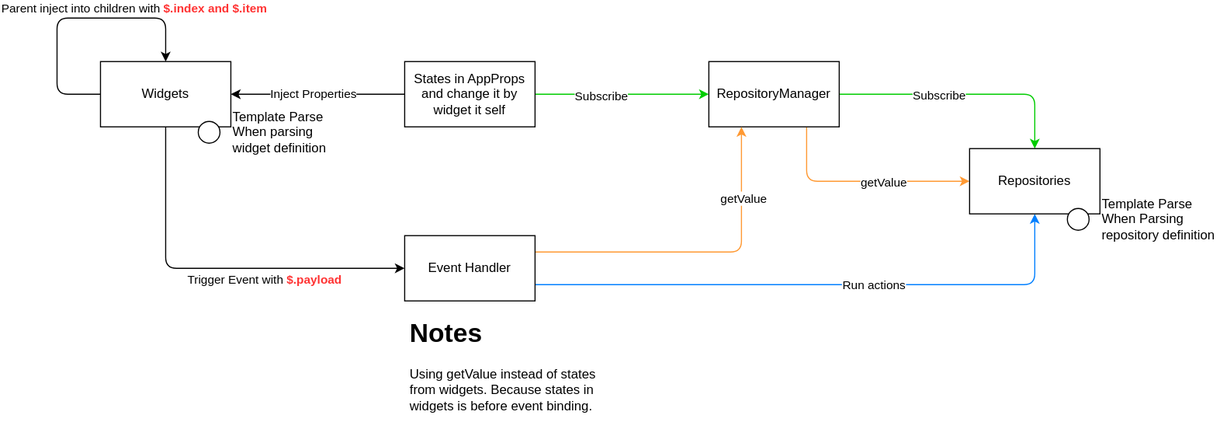
This is apps/presenter/docs/architecture.drawio.svg from shukun-ai/truo, a draw.io export, as it was before one commit. Source tidied: cells renumbered, new cells last; positions are measured from the earlier drawing's top-left corner, leaving out a move shared by most shapes. Its diagram source:
```xml
<mxGraphModel>
  <root>
    <mxCell id="0" />
    <mxCell id="1" parent="0" />
    <mxCell id="2" style="edgeStyle=none;html=1;exitX=0.5;exitY=1;exitDx=0;exitDy=0;entryX=0;entryY=0.5;entryDx=0;entryDy=0;" parent="1" edge="1" source="4" target="19">
      <mxGeometry relative="1" as="geometry">
        <Array as="points">
          <mxPoint x="100" y="230" />
        </Array>
      </mxGeometry>
    </mxCell>
    <mxCell id="3" value="Trigger Event with &lt;font color=&quot;#ff3333&quot;&gt;&lt;b&gt;$.payload&lt;/b&gt;&lt;/font&gt;" style="edgeLabel;html=1;align=center;verticalAlign=middle;" parent="2" vertex="1">
      <mxGeometry x="0.15" y="2" relative="1" as="geometry">
        <mxPoint x="19" y="12" as="offset" />
      </mxGeometry>
    </mxCell>
    <mxCell id="4" value="Widgets" style="rounded=0;whiteSpace=wrap;html=1;" parent="1" vertex="1">
      <mxGeometry x="40" y="40" width="120" height="60" as="geometry" />
    </mxCell>
    <mxCell id="5" style="edgeStyle=none;html=1;exitX=1;exitY=0.5;exitDx=0;exitDy=0;entryX=0;entryY=0.5;entryDx=0;entryDy=0;strokeColor=#00CC00;" parent="1" edge="1" source="9" target="14">
      <mxGeometry relative="1" as="geometry" />
    </mxCell>
    <mxCell id="6" value="Subscribe" style="edgeLabel;html=1;align=center;verticalAlign=middle;" parent="5" vertex="1">
      <mxGeometry x="-0.25" relative="1" as="geometry">
        <mxPoint y="1" as="offset" />
      </mxGeometry>
    </mxCell>
    <mxCell id="7" style="edgeStyle=none;html=1;exitX=0;exitY=0.5;exitDx=0;exitDy=0;entryX=1;entryY=0.5;entryDx=0;entryDy=0;" parent="1" edge="1" source="9" target="4">
      <mxGeometry relative="1" as="geometry" />
    </mxCell>
    <mxCell id="8" value="Inject Properties" style="edgeLabel;html=1;align=center;verticalAlign=middle;" parent="7" vertex="1">
      <mxGeometry x="0.06" y="-1" relative="1" as="geometry" />
    </mxCell>
    <mxCell id="9" value="States in AppProps&lt;br&gt;and change it by widget it self" style="rounded=0;whiteSpace=wrap;html=1;" parent="1" vertex="1">
      <mxGeometry x="320" y="40" width="120" height="60" as="geometry" />
    </mxCell>
    <mxCell id="10" style="edgeStyle=none;html=1;exitX=1;exitY=0.5;exitDx=0;exitDy=0;entryX=0.5;entryY=0;entryDx=0;entryDy=0;strokeColor=#00CC00;" parent="1" edge="1" source="14" target="20">
      <mxGeometry relative="1" as="geometry">
        <Array as="points">
          <mxPoint x="900" y="70" />
        </Array>
      </mxGeometry>
    </mxCell>
    <mxCell id="11" value="Subscribe" style="edgeLabel;html=1;align=center;verticalAlign=middle;" parent="10" vertex="1">
      <mxGeometry x="-0.21" y="1" relative="1" as="geometry">
        <mxPoint y="1" as="offset" />
      </mxGeometry>
    </mxCell>
    <mxCell id="12" style="edgeStyle=none;html=1;exitX=0.75;exitY=1;exitDx=0;exitDy=0;entryX=0;entryY=0.5;entryDx=0;entryDy=0;strokeColor=#FF9933;" parent="1" edge="1" source="14" target="20">
      <mxGeometry relative="1" as="geometry">
        <Array as="points">
          <mxPoint x="690" y="150" />
        </Array>
      </mxGeometry>
    </mxCell>
    <mxCell id="13" value="getValue" style="edgeLabel;html=1;align=center;verticalAlign=middle;" parent="12" vertex="1">
      <mxGeometry x="0.07" y="1" relative="1" as="geometry">
        <mxPoint x="13" y="1" as="offset" />
      </mxGeometry>
    </mxCell>
    <mxCell id="14" value="RepositoryManager" style="rounded=0;whiteSpace=wrap;html=1;" parent="1" vertex="1">
      <mxGeometry x="600" y="40" width="120" height="60" as="geometry" />
    </mxCell>
    <mxCell id="15" style="edgeStyle=none;html=1;exitX=1;exitY=0.25;exitDx=0;exitDy=0;entryX=0.25;entryY=1;entryDx=0;entryDy=0;strokeColor=#FF9933;" parent="1" edge="1" source="19" target="14">
      <mxGeometry relative="1" as="geometry">
        <Array as="points">
          <mxPoint x="630" y="215" />
        </Array>
      </mxGeometry>
    </mxCell>
    <mxCell id="16" value="getValue" style="edgeLabel;html=1;align=center;verticalAlign=middle;" parent="15" vertex="1">
      <mxGeometry x="0.58" y="-1" relative="1" as="geometry" />
    </mxCell>
    <mxCell id="17" style="edgeStyle=none;html=1;exitX=1;exitY=0.75;exitDx=0;exitDy=0;entryX=0.5;entryY=1;entryDx=0;entryDy=0;strokeColor=#007FFF;" parent="1" edge="1" source="19" target="20">
      <mxGeometry relative="1" as="geometry">
        <Array as="points">
          <mxPoint x="900" y="245" />
        </Array>
      </mxGeometry>
    </mxCell>
    <mxCell id="18" value="Run actions" style="edgeLabel;html=1;align=center;verticalAlign=middle;" parent="17" vertex="1">
      <mxGeometry x="0.18" relative="1" as="geometry" />
    </mxCell>
    <mxCell id="19" value="Event Handler" style="rounded=0;whiteSpace=wrap;html=1;" parent="1" vertex="1">
      <mxGeometry x="320" y="200" width="120" height="60" as="geometry" />
    </mxCell>
    <mxCell id="20" value="Repositories" style="rounded=0;whiteSpace=wrap;html=1;" parent="1" vertex="1">
      <mxGeometry x="840" y="120" width="120" height="60" as="geometry" />
    </mxCell>
    <mxCell id="21" style="edgeStyle=none;html=1;exitX=0;exitY=0.5;exitDx=0;exitDy=0;entryX=0.5;entryY=0;entryDx=0;entryDy=0;" parent="1" edge="1" source="4" target="4">
      <mxGeometry relative="1" as="geometry">
        <Array as="points">
          <mxPoint y="70" />
          <mxPoint />
          <mxPoint x="100" />
        </Array>
      </mxGeometry>
    </mxCell>
    <mxCell id="22" value="Parent inject into children with &lt;b&gt;&lt;font color=&quot;#ff3333&quot;&gt;$.index and $.item&lt;/font&gt;&lt;/b&gt;" style="edgeLabel;html=1;align=center;verticalAlign=middle;" parent="21" vertex="1">
      <mxGeometry x="0.14" y="2" relative="1" as="geometry">
        <mxPoint x="37" y="-8" as="offset" />
      </mxGeometry>
    </mxCell>
    <mxCell id="23" style="group;" parent="1" vertex="1">
      <mxGeometry x="130" y="90" width="140" height="30" as="geometry" />
    </mxCell>
    <mxCell id="24" style="ellipse;whiteSpace=wrap;html=1;fontColor=#FF3333;" parent="23" vertex="1">
      <mxGeometry y="5" width="20" height="20" as="geometry" />
    </mxCell>
    <mxCell id="25" value="&lt;font color=&quot;#000000&quot;&gt;Template Parse When parsing widget definition&lt;/font&gt;" style="text;html=1;strokeColor=none;fillColor=none;align=left;verticalAlign=middle;whiteSpace=wrap;rounded=0;fontColor=#FF3333;" parent="23" vertex="1">
      <mxGeometry x="30" width="110" height="30" as="geometry" />
    </mxCell>
    <mxCell id="26" style="group;" parent="1" vertex="1">
      <mxGeometry x="930" y="170" width="140" height="30" as="geometry" />
    </mxCell>
    <mxCell id="27" style="ellipse;whiteSpace=wrap;html=1;fontColor=#FF3333;" parent="26" vertex="1">
      <mxGeometry y="5" width="20" height="20" as="geometry" />
    </mxCell>
    <mxCell id="28" value="&lt;font color=&quot;#000000&quot;&gt;Template Parse When Parsing repository definition&lt;/font&gt;" style="text;html=1;strokeColor=none;fillColor=none;align=left;verticalAlign=middle;whiteSpace=wrap;rounded=0;fontColor=#FF3333;" parent="26" vertex="1">
      <mxGeometry x="30" width="110" height="30" as="geometry" />
    </mxCell>
    <mxCell id="29" value="&lt;h1&gt;Notes&lt;/h1&gt;&lt;p&gt;Using getValue instead of states from widgets. Because states in widgets is before event binding.&lt;/p&gt;" style="text;html=1;strokeColor=none;fillColor=none;spacing=5;spacingTop=-20;whiteSpace=wrap;overflow=hidden;rounded=0;fontColor=#000000;" parent="1" vertex="1">
      <mxGeometry x="320" y="270" width="190" height="120" as="geometry" />
    </mxCell>
  </root>
</mxGraphModel>
```
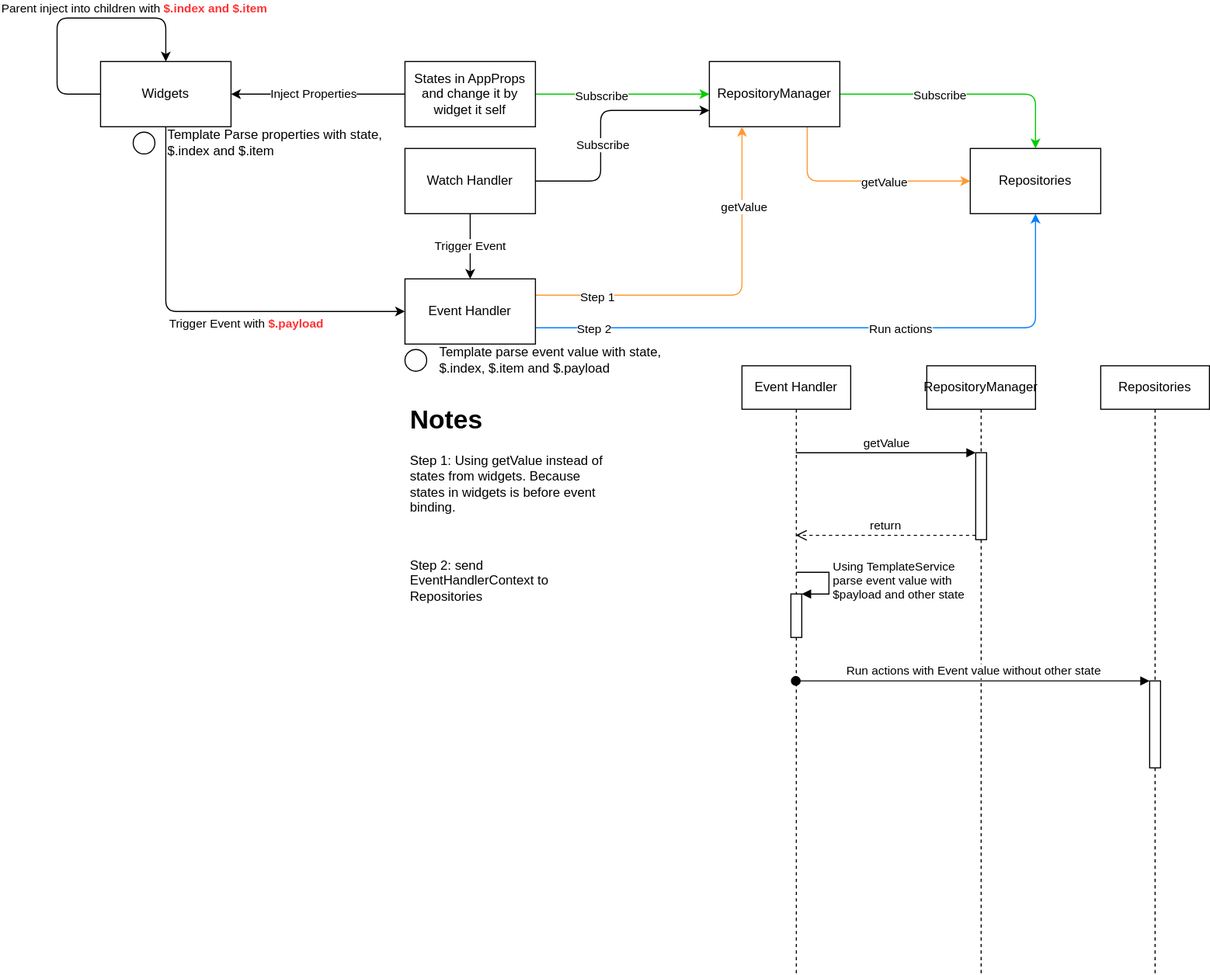
Later version of the same file.

Diff of the diagram source:
```diff
@@ -5,7 +5,7 @@
     <mxCell id="2" style="edgeStyle=none;html=1;exitX=0.5;exitY=1;exitDx=0;exitDy=0;entryX=0;entryY=0.5;entryDx=0;entryDy=0;" parent="1" edge="1" source="4" target="19">
       <mxGeometry relative="1" as="geometry">
         <Array as="points">
-          <mxPoint x="100" y="230" />
+          <mxPoint x="100" y="270" />
         </Array>
       </mxGeometry>
     </mxCell>
@@ -64,25 +64,35 @@
     <mxCell id="15" style="edgeStyle=none;html=1;exitX=1;exitY=0.25;exitDx=0;exitDy=0;entryX=0.25;entryY=1;entryDx=0;entryDy=0;strokeColor=#FF9933;" parent="1" edge="1" source="19" target="14">
       <mxGeometry relative="1" as="geometry">
         <Array as="points">
-          <mxPoint x="630" y="215" />
+          <mxPoint x="630" y="255" />
         </Array>
       </mxGeometry>
     </mxCell>
     <mxCell id="16" value="getValue" style="edgeLabel;html=1;align=center;verticalAlign=middle;" parent="15" vertex="1">
       <mxGeometry x="0.58" y="-1" relative="1" as="geometry" />
     </mxCell>
+    <mxCell id="30" value="Step 1" style="edgeLabel;html=1;align=center;verticalAlign=middle;" parent="15" vertex="1">
+      <mxGeometry x="-0.7" y="-1" relative="1" as="geometry">
+        <mxPoint x="5" as="offset" />
+      </mxGeometry>
+    </mxCell>
     <mxCell id="17" style="edgeStyle=none;html=1;exitX=1;exitY=0.75;exitDx=0;exitDy=0;entryX=0.5;entryY=1;entryDx=0;entryDy=0;strokeColor=#007FFF;" parent="1" edge="1" source="19" target="20">
       <mxGeometry relative="1" as="geometry">
         <Array as="points">
-          <mxPoint x="900" y="245" />
+          <mxPoint x="900" y="285" />
         </Array>
       </mxGeometry>
     </mxCell>
     <mxCell id="18" value="Run actions" style="edgeLabel;html=1;align=center;verticalAlign=middle;" parent="17" vertex="1">
       <mxGeometry x="0.18" relative="1" as="geometry" />
     </mxCell>
+    <mxCell id="31" value="Step 2" style="edgeLabel;html=1;align=center;verticalAlign=middle;" parent="17" vertex="1">
+      <mxGeometry x="-0.86" relative="1" as="geometry">
+        <mxPoint x="12" as="offset" />
+      </mxGeometry>
+    </mxCell>
     <mxCell id="19" value="Event Handler" style="rounded=0;whiteSpace=wrap;html=1;" parent="1" vertex="1">
-      <mxGeometry x="320" y="200" width="120" height="60" as="geometry" />
+      <mxGeometry x="320" y="240" width="120" height="60" as="geometry" />
     </mxCell>
     <mxCell id="20" value="Repositories" style="rounded=0;whiteSpace=wrap;html=1;" parent="1" vertex="1">
       <mxGeometry x="840" y="120" width="120" height="60" as="geometry" />
@@ -102,25 +112,79 @@
       </mxGeometry>
     </mxCell>
     <mxCell id="23" style="group;" parent="1" vertex="1">
-      <mxGeometry x="130" y="90" width="140" height="30" as="geometry" />
+      <mxGeometry x="70" y="100" width="230" height="30" as="geometry" />
     </mxCell>
     <mxCell id="24" style="ellipse;whiteSpace=wrap;html=1;fontColor=#FF3333;" parent="23" vertex="1">
       <mxGeometry y="5" width="20" height="20" as="geometry" />
     </mxCell>
-    <mxCell id="25" value="&lt;font color=&quot;#000000&quot;&gt;Template Parse When parsing widget definition&lt;/font&gt;" style="text;html=1;strokeColor=none;fillColor=none;align=left;verticalAlign=middle;whiteSpace=wrap;rounded=0;fontColor=#FF3333;" parent="23" vertex="1">
-      <mxGeometry x="30" width="110" height="30" as="geometry" />
+    <mxCell id="25" value="&lt;font color=&quot;#000000&quot;&gt;Template Parse properties with state, $.index and $.item&lt;/font&gt;" style="text;html=1;strokeColor=none;fillColor=none;align=left;verticalAlign=middle;whiteSpace=wrap;rounded=0;fontColor=#FF3333;" parent="23" vertex="1">
+      <mxGeometry x="30" width="200" height="30" as="geometry" />
     </mxCell>
-    <mxCell id="26" style="group;" parent="1" vertex="1">
-      <mxGeometry x="930" y="170" width="140" height="30" as="geometry" />
-    </mxCell>
+    <mxCell id="29" value="&lt;h1&gt;Notes&lt;/h1&gt;&lt;p&gt;Step 1: Using getValue instead of states from widgets. Because states in widgets is before event binding.&lt;/p&gt;&lt;p&gt;&lt;br&gt;&lt;/p&gt;&lt;p&gt;Step 2: send EventHandlerContext to Repositories&lt;/p&gt;" style="text;html=1;strokeColor=none;fillColor=none;spacing=5;spacingTop=-20;whiteSpace=wrap;overflow=hidden;rounded=0;fontColor=#000000;" parent="1" vertex="1">
+      <mxGeometry x="320" y="350" width="190" height="210" as="geometry" />
+    </mxCell>
+    <mxCell id="32" value="Event Handler" style="shape=umlLifeline;perimeter=lifelinePerimeter;whiteSpace=wrap;html=1;outlineConnect=0;" parent="1" vertex="1">
+      <mxGeometry x="630" y="320" width="100" height="560" as="geometry" />
+    </mxCell>
+    <mxCell id="33" style="html=1;points=[];perimeter=orthogonalPerimeter;" parent="32" vertex="1">
+      <mxGeometry x="45" y="210" width="10" height="40" as="geometry" />
+    </mxCell>
+    <mxCell id="34" value="Using TemplateService&amp;nbsp;&lt;br&gt;parse event value with&amp;nbsp;&lt;br&gt;$payload and other state" style="edgeStyle=orthogonalEdgeStyle;html=1;align=left;spacingLeft=2;endArrow=block;rounded=0;entryX=1;entryY=0;" parent="32" edge="1" target="33">
+      <mxGeometry relative="1" as="geometry">
+        <mxPoint x="50" y="190" as="sourcePoint" />
+        <Array as="points">
+          <mxPoint x="80" y="190" />
+        </Array>
+      </mxGeometry>
+    </mxCell>
+    <mxCell id="35" value="RepositoryManager" style="shape=umlLifeline;perimeter=lifelinePerimeter;whiteSpace=wrap;html=1;" parent="1" vertex="1">
+      <mxGeometry x="800" y="320" width="100" height="560" as="geometry" />
+    </mxCell>
+    <mxCell id="36" style="html=1;points=[];perimeter=orthogonalPerimeter;" parent="35" vertex="1">
+      <mxGeometry x="45" y="80" width="10" height="80" as="geometry" />
+    </mxCell>
+    <mxCell id="37" value="Repositories" style="shape=umlLifeline;perimeter=lifelinePerimeter;whiteSpace=wrap;html=1;" parent="1" vertex="1">
+      <mxGeometry x="960" y="320" width="100" height="560" as="geometry" />
+    </mxCell>
+    <mxCell id="38" style="html=1;points=[];perimeter=orthogonalPerimeter;" parent="37" vertex="1">
+      <mxGeometry x="45" y="290" width="10" height="80" as="geometry" />
+    </mxCell>
+    <mxCell id="39" value="getValue" style="html=1;verticalAlign=bottom;endArrow=block;entryX=0;entryY=0;" parent="1" edge="1" source="32" target="36">
+      <mxGeometry relative="1" as="geometry" />
+    </mxCell>
+    <mxCell id="40" value="return" style="html=1;verticalAlign=bottom;endArrow=open;dashed=1;endSize=8;exitX=0;exitY=0.95;" parent="1" edge="1" source="36" target="32">
+      <mxGeometry relative="1" as="geometry" />
+    </mxCell>
+    <mxCell id="41" value="Run actions with Event value without other state" style="html=1;verticalAlign=bottom;startArrow=oval;endArrow=block;startSize=8;" parent="1" edge="1" source="32" target="38">
+      <mxGeometry relative="1" as="geometry" />
+    </mxCell>
+    <mxCell id="42" style="edgeStyle=none;html=1;exitX=1;exitY=0.5;exitDx=0;exitDy=0;entryX=0;entryY=0.75;entryDx=0;entryDy=0;" parent="1" edge="1" source="45" target="14">
+      <mxGeometry relative="1" as="geometry">
+        <Array as="points">
+          <mxPoint x="500" y="150" />
+          <mxPoint x="500" y="85" />
+        </Array>
+      </mxGeometry>
+    </mxCell>
+    <mxCell id="43" value="Subscribe" style="edgeLabel;html=1;align=center;verticalAlign=middle;" parent="42" vertex="1">
+      <mxGeometry x="-0.16" y="-1" relative="1" as="geometry">
+        <mxPoint y="1" as="offset" />
+      </mxGeometry>
+    </mxCell>
+    <mxCell id="44" value="Trigger Event" style="edgeStyle=none;html=1;exitX=0.5;exitY=1;exitDx=0;exitDy=0;entryX=0.5;entryY=0;entryDx=0;entryDy=0;" parent="1" edge="1" source="45" target="19">
+      <mxGeometry relative="1" as="geometry" />
+    </mxCell>
+    <mxCell id="45" value="Watch Handler" style="rounded=0;whiteSpace=wrap;html=1;" parent="1" vertex="1">
+      <mxGeometry x="320" y="120" width="120" height="60" as="geometry" />
+    </mxCell>
+    <mxCell id="46" style="group;" parent="1" vertex="1">
+      <mxGeometry x="320" y="300" width="280" height="30" as="geometry" />
+    </mxCell>
-    <mxCell id="27" style="ellipse;whiteSpace=wrap;html=1;fontColor=#FF3333;" parent="26" vertex="1">
+    <mxCell id="27" style="ellipse;whiteSpace=wrap;html=1;fontColor=#FF3333;" parent="46" vertex="1">
       <mxGeometry y="5" width="20" height="20" as="geometry" />
     </mxCell>
-    <mxCell id="28" value="&lt;font color=&quot;#000000&quot;&gt;Template Parse When Parsing repository definition&lt;/font&gt;" style="text;html=1;strokeColor=none;fillColor=none;align=left;verticalAlign=middle;whiteSpace=wrap;rounded=0;fontColor=#FF3333;" parent="26" vertex="1">
-      <mxGeometry x="30" width="110" height="30" as="geometry" />
-    </mxCell>
-    <mxCell id="29" value="&lt;h1&gt;Notes&lt;/h1&gt;&lt;p&gt;Using getValue instead of states from widgets. Because states in widgets is before event binding.&lt;/p&gt;" style="text;html=1;strokeColor=none;fillColor=none;spacing=5;spacingTop=-20;whiteSpace=wrap;overflow=hidden;rounded=0;fontColor=#000000;" parent="1" vertex="1">
-      <mxGeometry x="320" y="270" width="190" height="120" as="geometry" />
-    </mxCell>
+    <mxCell id="47" value="&lt;font color=&quot;#000000&quot;&gt;Template parse event value with state, $.index, $.item and $.payload&lt;/font&gt;" style="text;html=1;strokeColor=none;fillColor=none;align=left;verticalAlign=middle;whiteSpace=wrap;rounded=0;fontColor=#FF3333;" parent="46" vertex="1">
+      <mxGeometry x="30" width="250" height="30" as="geometry" />
+    </mxCell>
   </root>
 </mxGraphModel>
```
